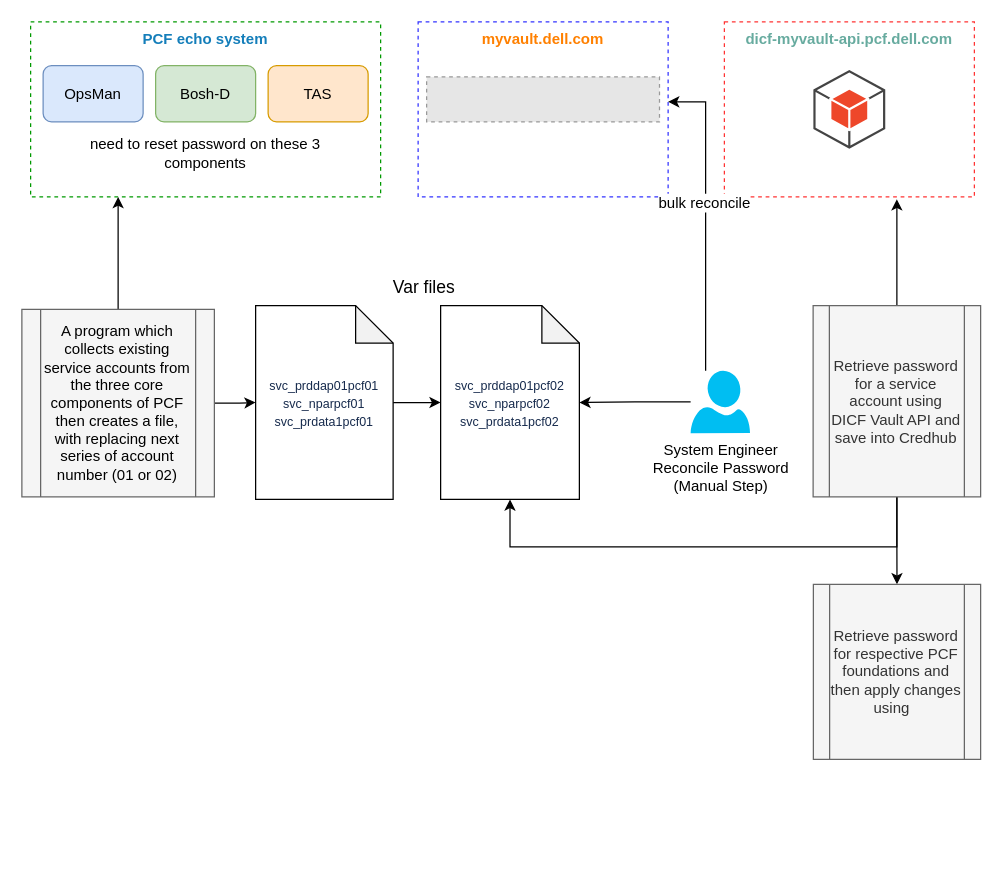
rama78/drawio keeps this draw.io diagram as Untitled Diagram.drawio. Above is the earlier version. Source tidied: cells renumbered, new cells numbered last; positions are measured from the earlier drawing's top-left corner, leaving out a move shared by most shapes. Both pictures are drawn from the tidied source at 125%, with x=0, y=0 at pixel (21, 21). Pictures stored in the file or linked from it are replaced by grey dashed boxes.
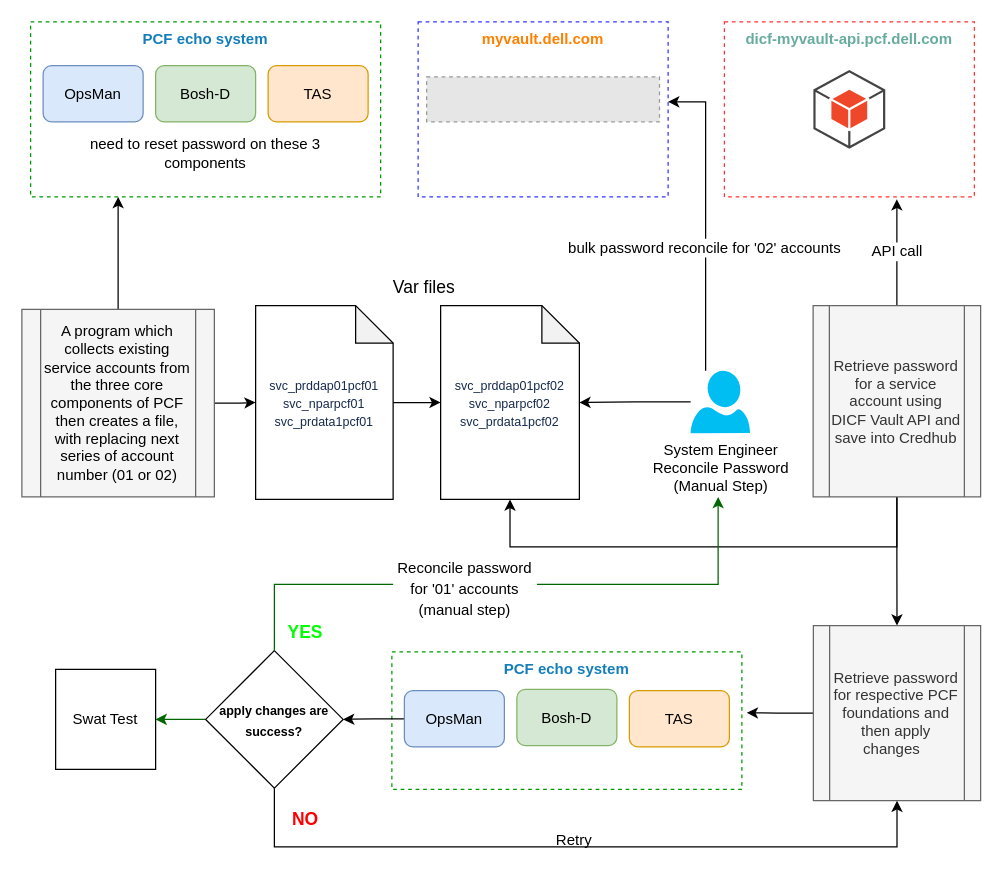
After the change.

Unchanged cells that the change refers to:
```xml
<mxCell id="8" value="dicf-myvault-api.pcf.dell.com" style="fillColor=none;strokeColor=#FF3333;dashed=1;verticalAlign=top;fontStyle=1;fontColor=#67AB9F;" parent="1" vertex="1">
  <mxGeometry x="562" width="200" height="140" as="geometry" />
</mxCell>
<mxCell id="18" style="edgeStyle=orthogonalEdgeStyle;rounded=0;jettySize=auto;html=1;entryX=1;entryY=0.457;entryDx=0;entryDy=0;entryPerimeter=0;fontSize=10;fontColor=#000000;" parent="1" edge="1" source="20" target="6">
  <mxGeometry relative="1" as="geometry">
    <Array as="points">
      <mxPoint x="547" y="275" />
      <mxPoint x="547" y="64" />
    </Array>
  </mxGeometry>
</mxCell>
<mxCell id="25" value="Retrieve password for a service account using DICF Vault API and save into Credhub" style="shape=process;whiteSpace=wrap;html=1;backgroundOutline=1;fontSize=12;strokeColor=#666666;fillColor=#f5f5f5;fontColor=#333333;" parent="1" vertex="1">
  <mxGeometry x="633" y="227" width="134" height="153" as="geometry" />
</mxCell>
```

The edit, as a diff of the source:
```diff
@@
-    <mxCell id="19" value="bulk reconcile" style="edgeLabel;html=1;align=center;verticalAlign=middle;fontSize=12;fontColor=#000000;" parent="18" vertex="1">
-      <mxGeometry x="0.1" y="2" relative="1" as="geometry" />
+    <mxCell id="19" value="bulk password reconcile for '02' accounts" style="edgeLabel;html=1;align=center;verticalAlign=middle;fontSize=12;fontColor=#000000;" parent="18" vertex="1">
+      <mxGeometry x="0.1" y="2" relative="1" as="geometry">
+        <mxPoint y="36" as="offset" />
+      </mxGeometry>
     </mxCell>
@@
-    <mxCell id="23" style="edgeStyle=orthogonalEdgeStyle;rounded=0;jettySize=auto;html=1;entryX=0.69;entryY=1.014;entryDx=0;entryDy=0;entryPerimeter=0;fontSize=12;fontColor=#000000;" parent="1" edge="1" source="25" target="8">
+    <mxCell id="23" value="API call" style="edgeStyle=orthogonalEdgeStyle;rounded=0;jettySize=auto;html=1;entryX=0.69;entryY=1.014;entryDx=0;entryDy=0;entryPerimeter=0;fontSize=12;fontColor=#000000;" parent="1" edge="1" source="25" target="8">
       <mxGeometry relative="1" as="geometry" />
     </mxCell>
@@
+    <mxCell id="27" style="edgeStyle=orthogonalEdgeStyle;rounded=0;jettySize=auto;html=1;fontSize=14;fontColor=#000000;entryX=1.014;entryY=0.443;entryDx=0;entryDy=0;entryPerimeter=0;" parent="1" edge="1" source="26" target="28">
+      <mxGeometry relative="1" as="geometry" />
+    </mxCell>
-    <mxCell id="26" value="Retrieve password for respective PCF foundations and then apply changes using&amp;nbsp;&amp;nbsp;" style="shape=process;whiteSpace=wrap;html=1;backgroundOutline=1;fontSize=12;strokeColor=#666666;fillColor=#f5f5f5;fontColor=#333333;" parent="1" vertex="1">
-      <mxGeometry x="633.2" y="450" width="133.8" height="140" as="geometry" />
+    <mxCell id="26" value="Retrieve password for respective PCF foundations and then apply changes&amp;nbsp;&amp;nbsp;" style="shape=process;whiteSpace=wrap;html=1;backgroundOutline=1;fontSize=12;strokeColor=#666666;fillColor=#f5f5f5;fontColor=#333333;" parent="1" vertex="1">
+      <mxGeometry x="633.2" y="483" width="133.8" height="140" as="geometry" />
     </mxCell>
+    <mxCell id="28" value="PCF echo system" style="fillColor=none;strokeColor=#009900;dashed=1;verticalAlign=top;fontStyle=1;fontColor=#147EBA;" parent="1" vertex="1">
+      <mxGeometry x="296" y="504" width="280" height="110" as="geometry" />
+    </mxCell>
+    <mxCell id="29" style="edgeStyle=orthogonalEdgeStyle;rounded=0;jettySize=auto;html=1;fontSize=10;fontColor=#000000;" parent="1" edge="1" source="30" target="36">
+      <mxGeometry relative="1" as="geometry" />
+    </mxCell>
+    <mxCell id="30" value="OpsMan" style="rounded=1;whiteSpace=wrap;html=1;fillColor=#dae8fc;strokeColor=#6c8ebf;" parent="1" vertex="1">
+      <mxGeometry x="306" y="535" width="80" height="45" as="geometry" />
+    </mxCell>
+    <mxCell id="31" value="Bosh-D" style="rounded=1;whiteSpace=wrap;html=1;fillColor=#d5e8d4;strokeColor=#82b366;" parent="1" vertex="1">
+      <mxGeometry x="396" y="534" width="80" height="45" as="geometry" />
+    </mxCell>
+    <mxCell id="32" value="TAS" style="rounded=1;whiteSpace=wrap;html=1;fillColor=#ffe6cc;strokeColor=#d79b00;" parent="1" vertex="1">
+      <mxGeometry x="486" y="535" width="80" height="45" as="geometry" />
+    </mxCell>
+    <mxCell id="33" style="edgeStyle=orthogonalEdgeStyle;rounded=0;jettySize=auto;html=1;fontSize=10;fontColor=#000000;entryX=0.5;entryY=1;entryDx=0;entryDy=0;" parent="1" edge="1" source="36" target="26">
+      <mxGeometry relative="1" as="geometry">
+        <Array as="points">
+          <mxPoint x="202" y="660" />
+          <mxPoint x="700" y="660" />
+        </Array>
+      </mxGeometry>
+    </mxCell>
+    <mxCell id="34" style="edgeStyle=orthogonalEdgeStyle;rounded=0;jettySize=auto;html=1;fontSize=10;fontColor=#000000;strokeColor=#006600;startArrow=none;" parent="1" edge="1" source="39">
+      <mxGeometry relative="1" as="geometry">
+        <mxPoint x="557" y="380" as="targetPoint" />
+        <Array as="points">
+          <mxPoint x="557" y="450" />
+        </Array>
+      </mxGeometry>
+    </mxCell>
+    <mxCell id="35" style="edgeStyle=orthogonalEdgeStyle;rounded=0;jettySize=auto;html=1;fontSize=12;fontColor=#000000;strokeColor=#006600;" parent="1" edge="1" source="36" target="42">
+      <mxGeometry relative="1" as="geometry" />
+    </mxCell>
+    <mxCell id="36" value="&lt;font style=&quot;font-size: 10px&quot;&gt;&lt;b&gt;apply changes are success?&lt;/b&gt;&lt;/font&gt;" style="rhombus;whiteSpace=wrap;html=1;fontSize=14;fontColor=#000000;strokeColor=#000000;" parent="1" vertex="1">
+      <mxGeometry x="147" y="503" width="110" height="110" as="geometry" />
+    </mxCell>
+    <mxCell id="37" value="&lt;font style=&quot;font-size: 14px&quot; color=&quot;#00ff00&quot;&gt;YES&lt;/font&gt;" style="text;html=1;strokeColor=none;fillColor=none;align=center;verticalAlign=middle;whiteSpace=wrap;rounded=0;fontSize=12;fontColor=#000000;fontStyle=1;" parent="1" vertex="1">
+      <mxGeometry x="197" y="473" width="60" height="30" as="geometry" />
+    </mxCell>
+    <mxCell id="38" value="&lt;font style=&quot;font-size: 14px&quot; color=&quot;#ff0000&quot;&gt;NO&lt;/font&gt;" style="text;html=1;strokeColor=none;fillColor=none;align=center;verticalAlign=middle;whiteSpace=wrap;rounded=0;fontSize=12;fontColor=#000000;fontStyle=1;" parent="1" vertex="1">
+      <mxGeometry x="197" y="623" width="60" height="30" as="geometry" />
+    </mxCell>
+    <mxCell id="39" value="&lt;font color=&quot;#000000&quot;&gt;&lt;span style=&quot;font-size: 12px&quot;&gt;Reconcile password for '01' accounts (manual&amp;nbsp;step)&lt;/span&gt;&lt;/font&gt;" style="text;html=1;strokeColor=none;fillColor=none;align=center;verticalAlign=middle;whiteSpace=wrap;rounded=0;fontSize=14;fontColor=#FF0000;" parent="1" vertex="1">
+      <mxGeometry x="297" y="438" width="115" height="30" as="geometry" />
+    </mxCell>
+    <mxCell id="40" style="edgeStyle=orthogonalEdgeStyle;rounded=0;jettySize=auto;html=1;fontSize=10;fontColor=#000000;strokeColor=#006600;endArrow=none;" parent="1" edge="1" source="36" target="39">
+      <mxGeometry relative="1" as="geometry">
+        <Array as="points">
+          <mxPoint x="202" y="450" />
+        </Array>
+      </mxGeometry>
+    </mxCell>
+    <mxCell id="41" value="Retry" style="text;html=1;strokeColor=none;fillColor=none;align=center;verticalAlign=middle;whiteSpace=wrap;rounded=0;fontSize=12;fontColor=#000000;" parent="1" vertex="1">
+      <mxGeometry x="412" y="640" width="60" height="30" as="geometry" />
+    </mxCell>
+    <mxCell id="42" value="Swat Test" style="whiteSpace=wrap;html=1;fontSize=12;fontColor=#000000;strokeColor=#000000;" parent="1" vertex="1">
+      <mxGeometry x="27" y="518" width="80" height="80" as="geometry" />
+    </mxCell>
```
